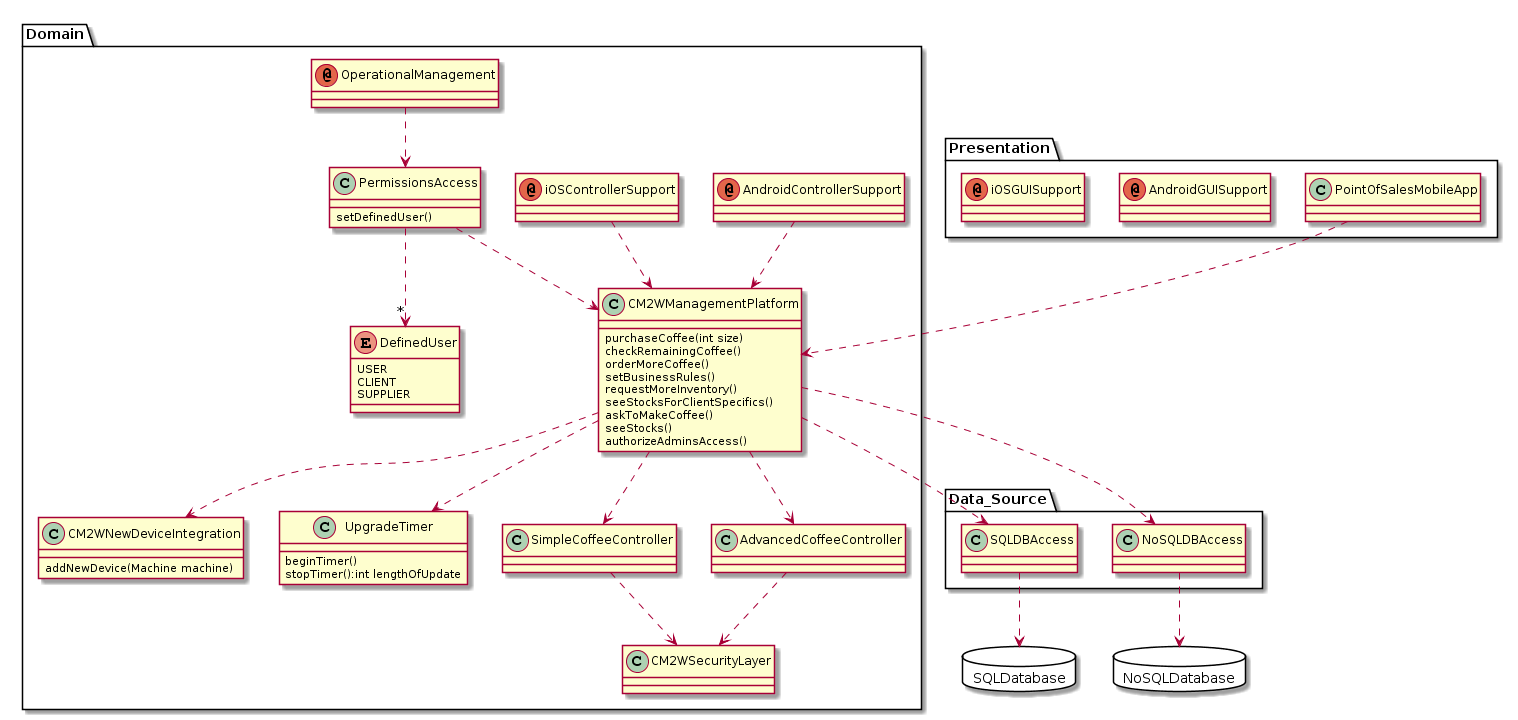
This is docs/images/DomainModelMethods.png from dgruninger97/Project, a PlantUML export, as it was before one commit.
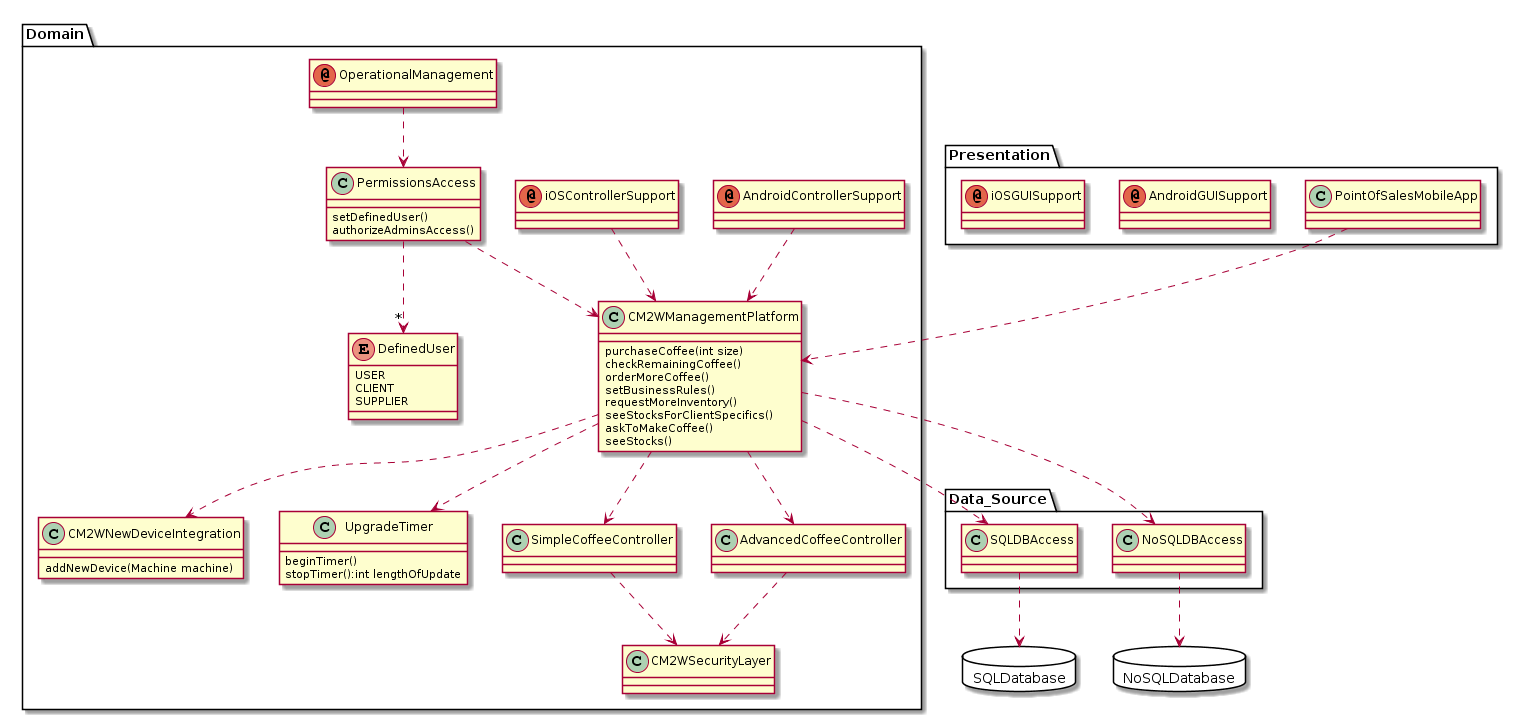
Above is the later version.

Commit message:
Finished iteration 2

Change to the diagram source:
```diff
@@ -20,7 +20,6 @@
 seeStocksForClientSpecifics()
 askToMakeCoffee()
 seeStocks()
-authorizeAdminsAccess()
 }
 class Domain.CM2WNewDeviceIntegration{
 addNewDevice(Machine machine)
@@ -45,6 +44,7 @@
 }
 class Domain.PermissionsAccess{
 setDefinedUser()
+authorizeAdminsAccess()
 }
 Domain.OperationalManagement ..> Domain.PermissionsAccess
 Domain.AndroidControllerSupport..> Domain.CM2WManagementPlatform
```
